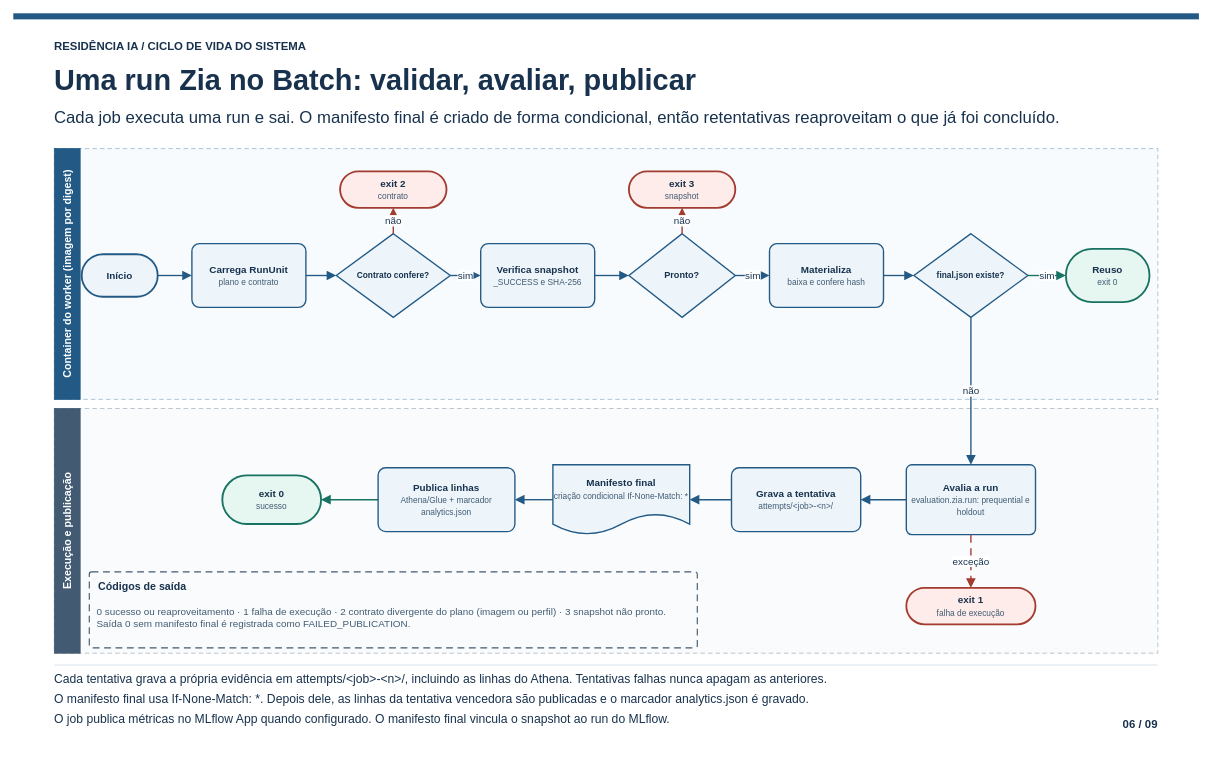
xxggabriel/residencia-ia keeps this draw.io diagram as page "06 · Uma run no job Batch" (6 of 9) of docs/diagrams/ciclo-de-vida-sistema.drawio. Above is the earlier version. Source tidied: cells renumbered, new cells numbered last; positions are measured from the earlier drawing's top-left corner, leaving out a move shared by most shapes. Both pictures are drawn from the tidied source at 76%, with x=0, y=0 at pixel (13, 13).
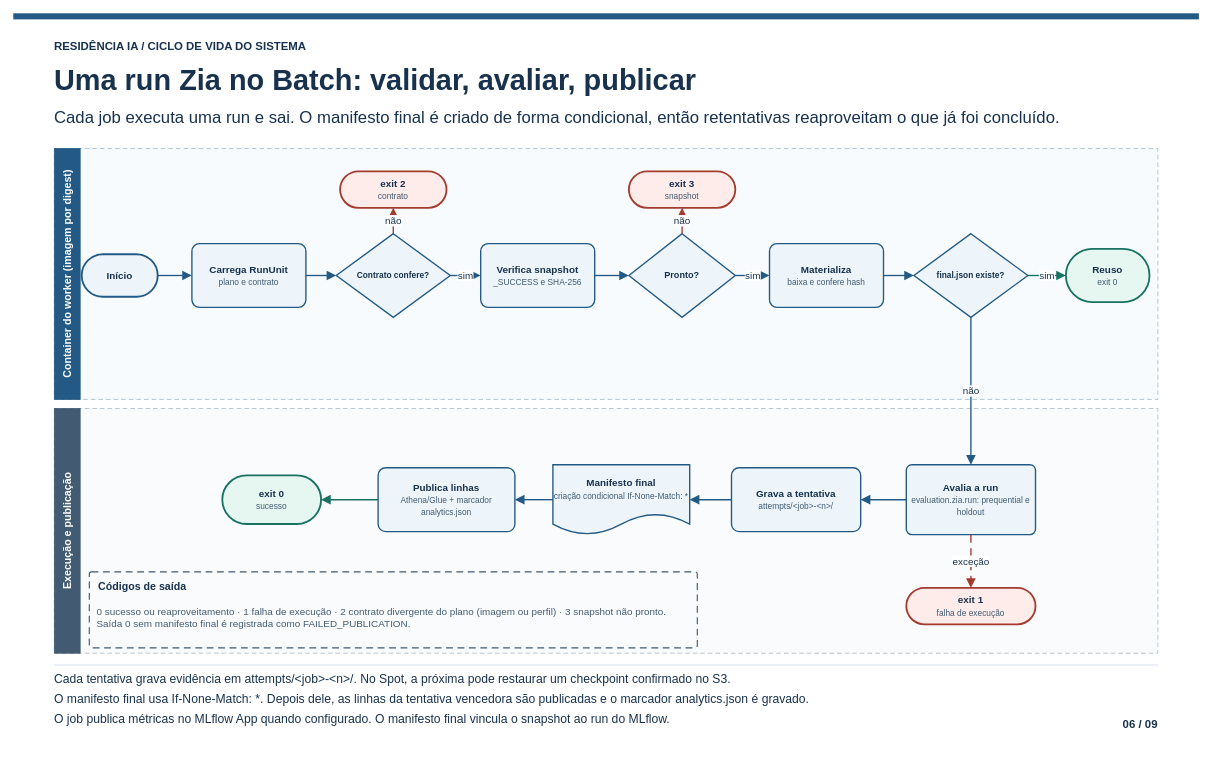
Above is the later version.

Diff of the diagram source:
```diff
@@
-    <mxCell id="8" value="Cada tentativa grava a própria evidência em attempts/&amp;lt;job&amp;gt;-&amp;lt;n&amp;gt;/, incluindo as linhas do Athena. Tentativas falhas nunca apagam as anteriores." style="text;strokeColor=none;fillColor=none;align=left;verticalAlign=middle;spacing=0;fontSize=16;html=1;fontFamily=Arial;fontColor=#18324e;whiteSpace=wrap;" parent="1" vertex="1">
+    <mxCell id="8" value="Cada tentativa grava evidência em attempts/&amp;lt;job&amp;gt;-&amp;lt;n&amp;gt;/. No Spot, a próxima pode restaurar um checkpoint confirmado no S3." style="text;strokeColor=none;fillColor=none;align=left;verticalAlign=middle;spacing=0;fontSize=16;html=1;fontFamily=Arial;fontColor=#18324e;whiteSpace=wrap;" parent="1" vertex="1">
       <mxGeometry x="54" y="863" width="1385" height="26" as="geometry" />
     </mxCell>
```
